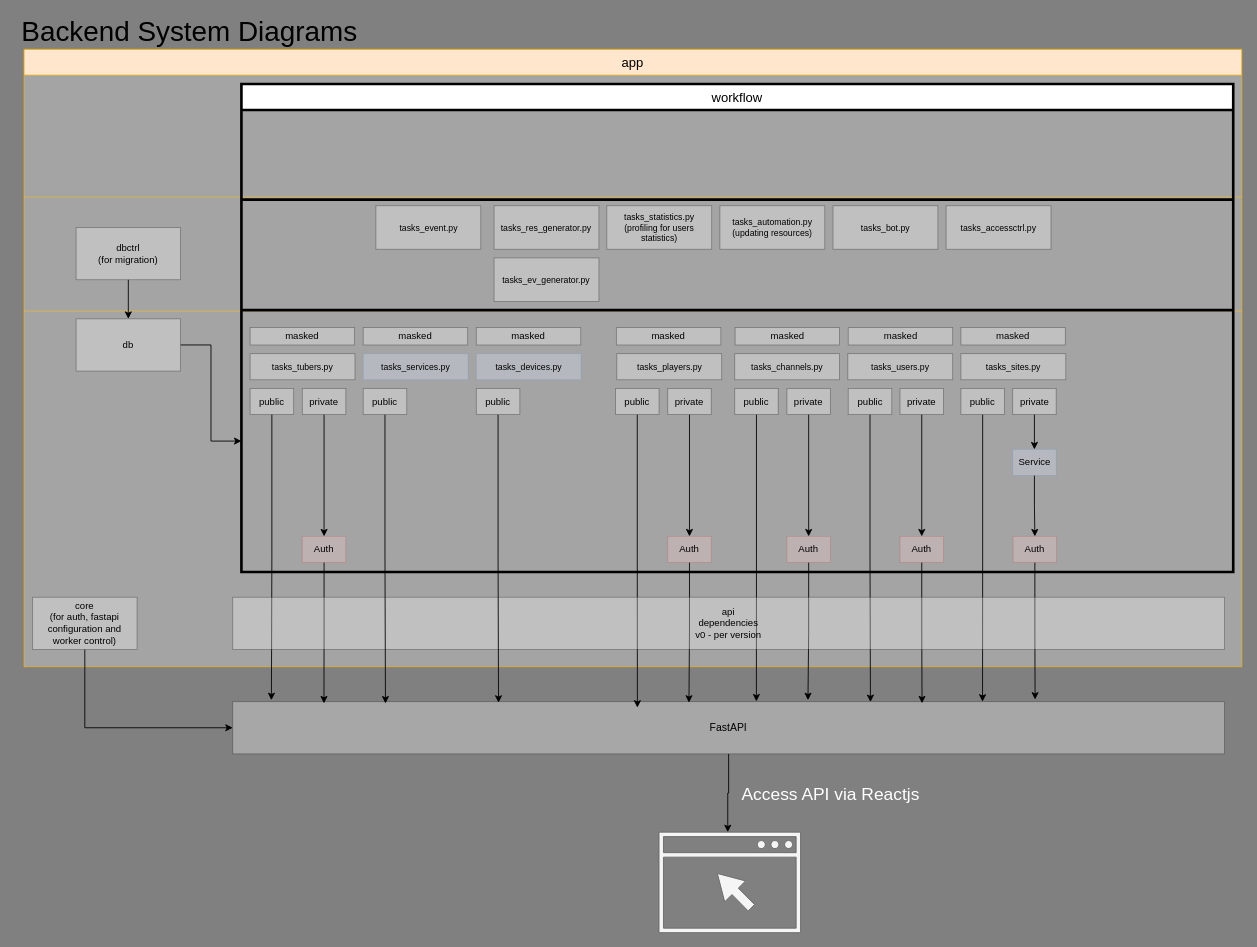
The draw.io diagram architecture/API_DB_WORKFLOW.drawio in tt-toe/tumas-info, before the edit. Source tidied: cells renumbered, new cells numbered last; positions are measured from the earlier drawing's top-left corner, leaving out a move shared by most shapes. Both pictures are drawn from the tidied source at 87%, with x=0, y=0 at pixel (15, 23).
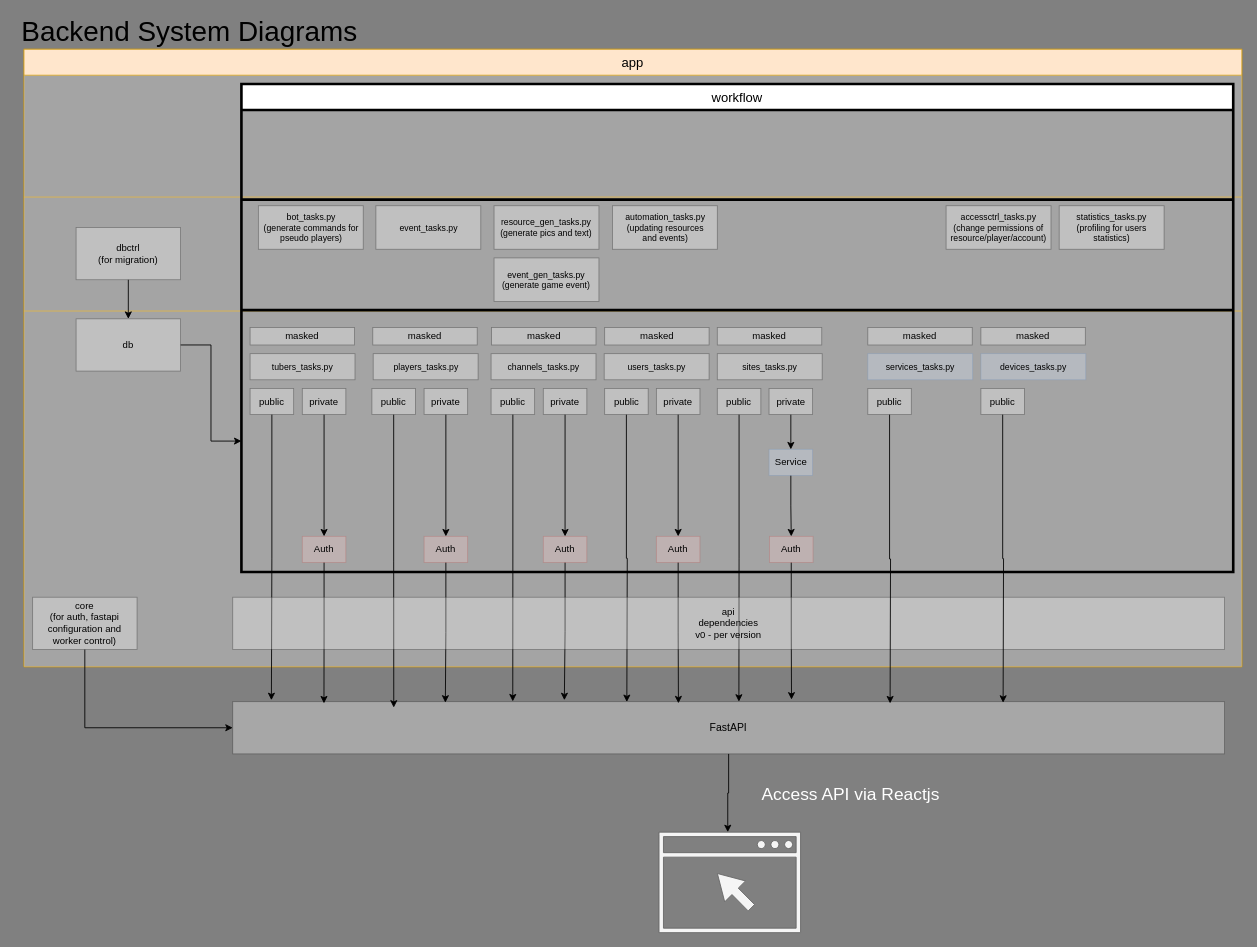
The same page after the edit.

Commit message:
API_DB_WORKFLOW.drawio を更新します

Unchanged cells that the change refers to:
```xml
<mxCell id="17" value="FastAPI" style="whiteSpace=wrap;html=1;opacity=30;" parent="1" vertex="1">
  <mxGeometry x="250" y="780" width="1140" height="60" as="geometry" />
</mxCell>
```

Diff of the diagram source:
```diff
@@
-    <mxCell id="21" value="tasks_tubers.py" style="whiteSpace=wrap;html=1;opacity=30;fontSize=10;" parent="1" vertex="1">
+    <mxCell id="21" value="tubers_tasks.py" style="whiteSpace=wrap;html=1;opacity=30;fontSize=10;" parent="1" vertex="1">
       <mxGeometry x="270" y="380" width="120.5" height="30" as="geometry" />
     </mxCell>
-    <mxCell id="22" value="tasks_players.py" style="whiteSpace=wrap;html=1;opacity=30;fontSize=10;" parent="1" vertex="1">
-      <mxGeometry x="691.5" y="380" width="120.5" height="30" as="geometry" />
+    <mxCell id="22" value="players_tasks.py" style="whiteSpace=wrap;html=1;opacity=30;fontSize=10;" parent="1" vertex="1">
+      <mxGeometry x="411.5" y="380" width="120.5" height="30" as="geometry" />
     </mxCell>
-    <mxCell id="23" value="tasks_users.py" style="whiteSpace=wrap;html=1;opacity=30;fontSize=10;" parent="1" vertex="1">
-      <mxGeometry x="957" y="380" width="120.5" height="30" as="geometry" />
+    <mxCell id="23" value="users_tasks.py" style="whiteSpace=wrap;html=1;opacity=30;fontSize=10;" parent="1" vertex="1">
+      <mxGeometry x="677" y="380" width="120.5" height="30" as="geometry" />
     </mxCell>
-    <mxCell id="24" value="&lt;div style=&quot;font-size: 10px;&quot;&gt;tasks_channels.py&lt;/div&gt;" style="whiteSpace=wrap;html=1;opacity=30;fontSize=10;" parent="1" vertex="1">
-      <mxGeometry x="827" y="380" width="120.5" height="30" as="geometry" />
+    <mxCell id="24" value="&lt;div style=&quot;font-size: 10px&quot;&gt;channels_tasks.py&lt;/div&gt;" style="whiteSpace=wrap;html=1;opacity=30;fontSize=10;" parent="1" vertex="1">
+      <mxGeometry x="547" y="380" width="120.5" height="30" as="geometry" />
     </mxCell>
@@
     <mxCell id="28" value="private" style="whiteSpace=wrap;html=1;fontSize=11;opacity=30;" parent="1" vertex="1">
-      <mxGeometry x="750" y="420" width="50" height="30" as="geometry" />
+      <mxGeometry x="470" y="420" width="50" height="30" as="geometry" />
     </mxCell>
-    <mxCell id="29" style="edgeStyle=orthogonalEdgeStyle;rounded=0;jettySize=auto;html=1;exitX=0.5;exitY=1;exitDx=0;exitDy=0;entryX=0.408;entryY=0.114;entryDx=0;entryDy=0;entryPerimeter=0;fontSize=11;" parent="1" edge="1" source="30" target="17">
-      <mxGeometry relative="1" as="geometry" />
+    <mxCell id="29" style="edgeStyle=orthogonalEdgeStyle;rounded=0;jettySize=auto;html=1;exitX=0.5;exitY=1;exitDx=0;exitDy=0;entryX=0.408;entryY=0.114;entryDx=0;entryDy=0;entryPerimeter=0;fontSize=11;" parent="1" edge="1" source="30">
+      <mxGeometry relative="1" as="geometry">
+        <mxPoint x="435.1" y="786.8" as="targetPoint" />
+      </mxGeometry>
     </mxCell>
     <mxCell id="30" value="public" style="whiteSpace=wrap;html=1;fontSize=11;opacity=30;" parent="1" vertex="1">
-      <mxGeometry x="690" y="420" width="50" height="30" as="geometry" />
+      <mxGeometry x="410" y="420" width="50" height="30" as="geometry" />
     </mxCell>
@@
     <mxCell id="32" value="masked" style="whiteSpace=wrap;html=1;fontSize=11;opacity=30;" parent="1" vertex="1">
-      <mxGeometry x="691" y="350" width="120" height="20" as="geometry" />
+      <mxGeometry x="411" y="350" width="120" height="20" as="geometry" />
     </mxCell>
     <mxCell id="33" value="masked" style="whiteSpace=wrap;html=1;fontSize=11;opacity=30;" parent="1" vertex="1">
-      <mxGeometry x="957.5" y="350" width="120" height="20" as="geometry" />
+      <mxGeometry x="677.5" y="350" width="120" height="20" as="geometry" />
     </mxCell>
     <mxCell id="34" value="masked" style="whiteSpace=wrap;html=1;fontSize=11;opacity=30;" parent="1" vertex="1">
-      <mxGeometry x="827.5" y="350" width="120" height="20" as="geometry" />
+      <mxGeometry x="547.5" y="350" width="120" height="20" as="geometry" />
     </mxCell>
@@
     <mxCell id="36" value="private" style="whiteSpace=wrap;html=1;fontSize=11;opacity=30;" parent="1" vertex="1">
-      <mxGeometry x="1017" y="420" width="50" height="30" as="geometry" />
+      <mxGeometry x="737" y="420" width="50" height="30" as="geometry" />
     </mxCell>
-    <mxCell id="37" style="edgeStyle=orthogonalEdgeStyle;rounded=0;jettySize=auto;html=1;exitX=0.5;exitY=1;exitDx=0;exitDy=0;fontSize=11;entryX=0.643;entryY=0.007;entryDx=0;entryDy=0;entryPerimeter=0;" parent="1" edge="1" source="38" target="17">
-      <mxGeometry relative="1" as="geometry" />
+    <mxCell id="37" style="edgeStyle=orthogonalEdgeStyle;rounded=0;jettySize=auto;html=1;exitX=0.5;exitY=1;exitDx=0;exitDy=0;fontSize=11;entryX=0.643;entryY=0.007;entryDx=0;entryDy=0;entryPerimeter=0;" parent="1" edge="1" source="38">
+      <mxGeometry relative="1" as="geometry">
+        <mxPoint x="703" y="780.4" as="targetPoint" />
+      </mxGeometry>
     </mxCell>
     <mxCell id="38" value="public" style="whiteSpace=wrap;html=1;fontSize=11;opacity=30;" parent="1" vertex="1">
-      <mxGeometry x="957.5" y="420" width="50" height="30" as="geometry" />
+      <mxGeometry x="677.5" y="420" width="50" height="30" as="geometry" />
     </mxCell>
@@
     <mxCell id="40" value="private" style="whiteSpace=wrap;html=1;fontSize=11;opacity=30;" parent="1" vertex="1">
-      <mxGeometry x="887" y="420" width="50" height="30" as="geometry" />
+      <mxGeometry x="607" y="420" width="50" height="30" as="geometry" />
     </mxCell>
-    <mxCell id="41" style="edgeStyle=orthogonalEdgeStyle;rounded=0;jettySize=auto;html=1;exitX=0.5;exitY=1;exitDx=0;exitDy=0;fontSize=11;entryX=0.528;entryY=-0.005;entryDx=0;entryDy=0;entryPerimeter=0;" parent="1" edge="1" source="42" target="17">
-      <mxGeometry relative="1" as="geometry" />
+    <mxCell id="41" style="edgeStyle=orthogonalEdgeStyle;rounded=0;jettySize=auto;html=1;exitX=0.5;exitY=1;exitDx=0;exitDy=0;fontSize=11;entryX=0.528;entryY=-0.005;entryDx=0;entryDy=0;entryPerimeter=0;" parent="1" edge="1" source="42">
+      <mxGeometry relative="1" as="geometry">
+        <mxPoint x="571.9" y="779.7" as="targetPoint" />
+      </mxGeometry>
     </mxCell>
     <mxCell id="42" value="public" style="whiteSpace=wrap;html=1;fontSize=11;opacity=30;" parent="1" vertex="1">
-      <mxGeometry x="827" y="420" width="50" height="30" as="geometry" />
+      <mxGeometry x="547" y="420" width="50" height="30" as="geometry" />
     </mxCell>
@@
-    <mxCell id="45" style="edgeStyle=orthogonalEdgeStyle;rounded=0;jettySize=auto;html=1;exitX=0.5;exitY=1;exitDx=0;exitDy=0;fontSize=11;entryX=0.46;entryY=0.019;entryDx=0;entryDy=0;entryPerimeter=0;" parent="1" edge="1" source="46" target="17">
-      <mxGeometry relative="1" as="geometry" />
+    <mxCell id="45" style="edgeStyle=orthogonalEdgeStyle;rounded=0;jettySize=auto;html=1;exitX=0.5;exitY=1;exitDx=0;exitDy=0;fontSize=11;entryX=0.46;entryY=0.019;entryDx=0;entryDy=0;entryPerimeter=0;" parent="1" edge="1" source="46">
+      <mxGeometry relative="1" as="geometry">
+        <mxPoint x="494.4" y="781.1" as="targetPoint" />
+      </mxGeometry>
     </mxCell>
     <mxCell id="46" value="Auth" style="whiteSpace=wrap;html=1;fontSize=11;opacity=30;fillColor=#f8cecc;strokeColor=#b85450;" parent="1" vertex="1">
-      <mxGeometry x="750" y="590" width="50" height="30" as="geometry" />
+      <mxGeometry x="470" y="590" width="50" height="30" as="geometry" />
     </mxCell>
-    <mxCell id="47" style="edgeStyle=orthogonalEdgeStyle;rounded=0;jettySize=auto;html=1;exitX=0.5;exitY=1;exitDx=0;exitDy=0;fontSize=11;entryX=0.58;entryY=-0.029;entryDx=0;entryDy=0;entryPerimeter=0;" parent="1" edge="1" source="48" target="17">
-      <mxGeometry relative="1" as="geometry" />
+    <mxCell id="47" style="edgeStyle=orthogonalEdgeStyle;rounded=0;jettySize=auto;html=1;exitX=0.5;exitY=1;exitDx=0;exitDy=0;fontSize=11;entryX=0.58;entryY=-0.029;entryDx=0;entryDy=0;entryPerimeter=0;" parent="1" edge="1" source="48">
+      <mxGeometry relative="1" as="geometry">
+        <mxPoint x="631.2" y="778.3" as="targetPoint" />
+      </mxGeometry>
     </mxCell>
     <mxCell id="48" value="Auth" style="whiteSpace=wrap;html=1;fontSize=11;opacity=30;fillColor=#f8cecc;strokeColor=#b85450;" parent="1" vertex="1">
-      <mxGeometry x="887" y="590" width="50" height="30" as="geometry" />
+      <mxGeometry x="607" y="590" width="50" height="30" as="geometry" />
     </mxCell>
-    <mxCell id="49" style="edgeStyle=orthogonalEdgeStyle;rounded=0;jettySize=auto;html=1;exitX=0.5;exitY=1;exitDx=0;exitDy=0;fontSize=11;entryX=0.695;entryY=0.031;entryDx=0;entryDy=0;entryPerimeter=0;" parent="1" edge="1" source="50" target="17">
-      <mxGeometry relative="1" as="geometry" />
+    <mxCell id="49" style="edgeStyle=orthogonalEdgeStyle;rounded=0;jettySize=auto;html=1;exitX=0.5;exitY=1;exitDx=0;exitDy=0;fontSize=11;entryX=0.695;entryY=0.031;entryDx=0;entryDy=0;entryPerimeter=0;" parent="1" edge="1" source="50">
+      <mxGeometry relative="1" as="geometry">
+        <mxPoint x="762.3" y="781.9" as="targetPoint" />
+      </mxGeometry>
     </mxCell>
     <mxCell id="50" value="Auth" style="whiteSpace=wrap;html=1;fontSize=11;opacity=30;fillColor=#f8cecc;strokeColor=#b85450;" parent="1" vertex="1">
-      <mxGeometry x="1017" y="590" width="50" height="30" as="geometry" />
+      <mxGeometry x="737" y="590" width="50" height="30" as="geometry" />
     </mxCell>
-    <mxCell id="51" value="tasks_sites.py" style="whiteSpace=wrap;html=1;opacity=30;fontSize=10;" parent="1" vertex="1">
-      <mxGeometry x="1087" y="380" width="120.5" height="30" as="geometry" />
+    <mxCell id="51" value="sites_tasks.py" style="whiteSpace=wrap;html=1;opacity=30;fontSize=10;" parent="1" vertex="1">
+      <mxGeometry x="807" y="380" width="120.5" height="30" as="geometry" />
     </mxCell>
     <mxCell id="52" value="masked" style="whiteSpace=wrap;html=1;fontSize=11;opacity=30;" parent="1" vertex="1">
-      <mxGeometry x="1087" y="350" width="120" height="20" as="geometry" />
+      <mxGeometry x="807" y="350" width="120" height="20" as="geometry" />
     </mxCell>
-    <mxCell id="53" style="edgeStyle=orthogonalEdgeStyle;rounded=0;jettySize=auto;html=1;exitX=0.5;exitY=1;exitDx=0;exitDy=0;entryX=0.756;entryY=0;entryDx=0;entryDy=0;entryPerimeter=0;fontSize=11;" parent="1" edge="1" source="54" target="17">
-      <mxGeometry relative="1" as="geometry" />
+    <mxCell id="53" style="edgeStyle=orthogonalEdgeStyle;rounded=0;jettySize=auto;html=1;exitX=0.5;exitY=1;exitDx=0;exitDy=0;entryX=0.756;entryY=0;entryDx=0;entryDy=0;entryPerimeter=0;fontSize=11;" parent="1" edge="1" source="54">
+      <mxGeometry relative="1" as="geometry">
+        <mxPoint x="831.8" y="780" as="targetPoint" />
+      </mxGeometry>
     </mxCell>
     <mxCell id="54" value="public" style="whiteSpace=wrap;html=1;fontSize=11;opacity=30;" parent="1" vertex="1">
-      <mxGeometry x="1087" y="420" width="50" height="30" as="geometry" />
+      <mxGeometry x="807" y="420" width="50" height="30" as="geometry" />
     </mxCell>
-    <mxCell id="55" style="edgeStyle=orthogonalEdgeStyle;rounded=0;jettySize=auto;html=1;exitX=0.5;exitY=1;exitDx=0;exitDy=0;fontSize=11;entryX=0.809;entryY=-0.04;entryDx=0;entryDy=0;entryPerimeter=0;" parent="1" edge="1" source="65" target="17">
-      <mxGeometry relative="1" as="geometry" />
+    <mxCell id="55" style="edgeStyle=orthogonalEdgeStyle;rounded=0;jettySize=auto;html=1;exitX=0.5;exitY=1;exitDx=0;exitDy=0;fontSize=11;entryX=0.809;entryY=-0.04;entryDx=0;entryDy=0;entryPerimeter=0;" parent="1" edge="1" source="65">
+      <mxGeometry relative="1" as="geometry">
+        <mxPoint x="892.3" y="777.6" as="targetPoint" />
+      </mxGeometry>
     </mxCell>
@@
     <mxCell id="57" value="private" style="whiteSpace=wrap;html=1;fontSize=11;opacity=30;" parent="1" vertex="1">
-      <mxGeometry x="1146.5" y="420" width="50" height="30" as="geometry" />
+      <mxGeometry x="866.5" y="420" width="50" height="30" as="geometry" />
     </mxCell>
@@
     <mxCell id="65" value="Auth" style="whiteSpace=wrap;html=1;fontSize=11;opacity=30;fillColor=#f8cecc;strokeColor=#b85450;" parent="1" vertex="1">
-      <mxGeometry x="1147" y="590" width="50" height="30" as="geometry" />
+      <mxGeometry x="867" y="590" width="50" height="30" as="geometry" />
     </mxCell>
@@
     <mxCell id="67" value="Service" style="whiteSpace=wrap;html=1;fontSize=11;opacity=30;fillColor=#dae8fc;strokeColor=#6c8ebf;" parent="1" vertex="1">
-      <mxGeometry x="1146.5" y="490" width="50" height="30" as="geometry" />
+      <mxGeometry x="866.5" y="490" width="50" height="30" as="geometry" />
     </mxCell>
     <mxCell id="68" value="masked" style="whiteSpace=wrap;html=1;fontSize=11;opacity=30;" parent="1" vertex="1">
-      <mxGeometry x="400" y="350" width="120" height="20" as="geometry" />
+      <mxGeometry x="980" y="350" width="120" height="20" as="geometry" />
     </mxCell>
-    <mxCell id="69" value="tasks_services.py" style="whiteSpace=wrap;html=1;opacity=30;fontSize=10;fillColor=#dae8fc;strokeColor=#6c8ebf;" parent="1" vertex="1">
-      <mxGeometry x="400" y="380" width="120.5" height="30" as="geometry" />
+    <mxCell id="69" value="services_tasks.py" style="whiteSpace=wrap;html=1;opacity=30;fontSize=10;fillColor=#dae8fc;strokeColor=#6c8ebf;" parent="1" vertex="1">
+      <mxGeometry x="980" y="380" width="120.5" height="30" as="geometry" />
     </mxCell>
-    <mxCell id="70" style="edgeStyle=orthogonalEdgeStyle;rounded=0;jettySize=auto;html=1;exitX=0.5;exitY=1;exitDx=0;exitDy=0;entryX=0.154;entryY=0.034;entryDx=0;entryDy=0;entryPerimeter=0;fontSize=11;" parent="1" edge="1" source="71" target="17">
-      <mxGeometry relative="1" as="geometry" />
+    <mxCell id="70" style="edgeStyle=orthogonalEdgeStyle;rounded=0;jettySize=auto;html=1;exitX=0.5;exitY=1;exitDx=0;exitDy=0;entryX=0.154;entryY=0.034;entryDx=0;entryDy=0;entryPerimeter=0;fontSize=11;" parent="1" edge="1" source="71">
+      <mxGeometry relative="1" as="geometry">
+        <mxPoint x="1005.6" y="782" as="targetPoint" />
+      </mxGeometry>
     </mxCell>
     <mxCell id="71" value="public" style="whiteSpace=wrap;html=1;fontSize=11;opacity=30;" parent="1" vertex="1">
-      <mxGeometry x="400" y="420" width="50" height="30" as="geometry" />
+      <mxGeometry x="980" y="420" width="50" height="30" as="geometry" />
     </mxCell>
     <mxCell id="72" value="masked" style="whiteSpace=wrap;html=1;fontSize=11;opacity=30;" parent="1" vertex="1">
-      <mxGeometry x="530" y="350" width="120" height="20" as="geometry" />
+      <mxGeometry x="1110" y="350" width="120" height="20" as="geometry" />
     </mxCell>
-    <mxCell id="73" value="tasks_devices.py" style="whiteSpace=wrap;html=1;opacity=30;fontSize=10;fillColor=#dae8fc;strokeColor=#6c8ebf;" parent="1" vertex="1">
-      <mxGeometry x="530" y="380" width="120.5" height="30" as="geometry" />
+    <mxCell id="73" value="devices_tasks.py" style="whiteSpace=wrap;html=1;opacity=30;fontSize=10;fillColor=#dae8fc;strokeColor=#6c8ebf;" parent="1" vertex="1">
+      <mxGeometry x="1110" y="380" width="120.5" height="30" as="geometry" />
     </mxCell>
-    <mxCell id="74" style="edgeStyle=orthogonalEdgeStyle;rounded=0;jettySize=auto;html=1;exitX=0.5;exitY=1;exitDx=0;exitDy=0;fontSize=11;entryX=0.268;entryY=0.02;entryDx=0;entryDy=0;entryPerimeter=0;" parent="1" edge="1" source="75" target="17">
-      <mxGeometry relative="1" as="geometry" />
+    <mxCell id="74" style="edgeStyle=orthogonalEdgeStyle;rounded=0;jettySize=auto;html=1;exitX=0.5;exitY=1;exitDx=0;exitDy=0;fontSize=11;entryX=0.268;entryY=0.02;entryDx=0;entryDy=0;entryPerimeter=0;" parent="1" edge="1" source="75">
+      <mxGeometry relative="1" as="geometry">
+        <mxPoint x="1135.5" y="781.2" as="targetPoint" />
+      </mxGeometry>
     </mxCell>
     <mxCell id="75" value="public" style="whiteSpace=wrap;html=1;fontSize=11;opacity=30;" parent="1" vertex="1">
-      <mxGeometry x="530" y="420" width="50" height="30" as="geometry" />
+      <mxGeometry x="1110" y="420" width="50" height="30" as="geometry" />
     </mxCell>
-    <mxCell id="76" value="tasks_event.py" style="whiteSpace=wrap;html=1;opacity=30;fontSize=10;" parent="1" vertex="1">
+    <mxCell id="76" value="event_tasks.py" style="whiteSpace=wrap;html=1;opacity=30;fontSize=10;" parent="1" vertex="1">
       <mxGeometry x="414.6" y="210" width="120.5" height="50" as="geometry" />
     </mxCell>
-    <mxCell id="77" value="&lt;div style=&quot;font-size: 10px&quot;&gt;tasks_res_generator.py&lt;/div&gt;" style="whiteSpace=wrap;html=1;opacity=30;fontSize=10;" parent="1" vertex="1">
+    <mxCell id="77" value="&lt;div style=&quot;font-size: 10px&quot;&gt;resource_gen_tasks.py&lt;/div&gt;&lt;div style=&quot;font-size: 10px&quot;&gt;(generate pics and text)&lt;br&gt;&lt;/div&gt;" style="whiteSpace=wrap;html=1;opacity=30;fontSize=10;" parent="1" vertex="1">
       <mxGeometry x="550.4" y="210" width="120.5" height="50" as="geometry" />
     </mxCell>
-    <mxCell id="78" value="&lt;div style=&quot;font-size: 10px&quot;&gt;tasks_statistics.py&lt;/div&gt;&lt;div style=&quot;font-size: 10px&quot;&gt;(profiling for users statistics)&lt;br&gt;&lt;/div&gt;" style="whiteSpace=wrap;html=1;opacity=30;fontSize=10;" parent="1" vertex="1">
-      <mxGeometry x="680" y="210" width="120.5" height="50" as="geometry" />
+    <mxCell id="78" value="&lt;div style=&quot;font-size: 10px&quot;&gt;statistics_tasks.py&lt;/div&gt;&lt;div style=&quot;font-size: 10px&quot;&gt;(profiling for users statistics)&lt;br&gt;&lt;/div&gt;" style="whiteSpace=wrap;html=1;opacity=30;fontSize=10;" parent="1" vertex="1">
+      <mxGeometry x="1200" y="210" width="120.5" height="50" as="geometry" />
     </mxCell>
-    <mxCell id="79" value="&lt;div style=&quot;font-size: 10px&quot;&gt;tasks_automation.py&lt;/div&gt;&lt;div style=&quot;font-size: 10px&quot;&gt;(updating resources)&lt;br&gt;&lt;/div&gt;" style="whiteSpace=wrap;html=1;opacity=30;fontSize=10;" parent="1" vertex="1">
-      <mxGeometry x="810" y="210" width="120.5" height="50" as="geometry" />
+    <mxCell id="79" value="&lt;div style=&quot;font-size: 10px&quot;&gt;automation_tasks.py&lt;/div&gt;&lt;div style=&quot;font-size: 10px&quot;&gt;(updating resources&lt;br&gt;and events)&lt;br&gt;&lt;/div&gt;" style="whiteSpace=wrap;html=1;opacity=30;fontSize=10;" parent="1" vertex="1">
+      <mxGeometry x="686.5" y="210" width="120.5" height="50" as="geometry" />
     </mxCell>
-    <mxCell id="80" value="&lt;div style=&quot;font-size: 10px&quot;&gt;tasks_bot.py&lt;/div&gt;" style="whiteSpace=wrap;html=1;opacity=30;fontSize=10;" parent="1" vertex="1">
-      <mxGeometry x="940" y="210" width="120.5" height="50" as="geometry" />
+    <mxCell id="80" value="&lt;div style=&quot;font-size: 10px&quot;&gt;bot_tasks.py&lt;/div&gt;&lt;div style=&quot;font-size: 10px&quot;&gt;(generate commands for&lt;br&gt;pseudo players)&lt;br&gt;&lt;/div&gt;" style="whiteSpace=wrap;html=1;opacity=30;fontSize=10;" parent="1" vertex="1">
+      <mxGeometry x="279.5" y="210" width="120.5" height="50" as="geometry" />
     </mxCell>
-    <mxCell id="81" value="&lt;div style=&quot;font-size: 10px&quot;&gt;tasks_accessctrl.py&lt;/div&gt;" style="whiteSpace=wrap;html=1;opacity=30;fontSize=10;" parent="1" vertex="1">
+    <mxCell id="81" value="&lt;div style=&quot;font-size: 10px&quot;&gt;accessctrl_tasks.py&lt;/div&gt;&lt;div style=&quot;font-size: 10px&quot;&gt;(change permissions of&lt;br&gt;resource/player/account)&lt;br&gt;&lt;/div&gt;" style="whiteSpace=wrap;html=1;opacity=30;fontSize=10;" parent="1" vertex="1">
       <mxGeometry x="1070" y="210" width="120.5" height="50" as="geometry" />
     </mxCell>
-    <mxCell id="82" value="&lt;div style=&quot;font-size: 10px&quot;&gt;tasks_ev_generator.py&lt;/div&gt;" style="whiteSpace=wrap;html=1;opacity=30;fontSize=10;" parent="1" vertex="1">
+    <mxCell id="82" value="&lt;div style=&quot;font-size: 10px&quot;&gt;event_gen_tasks.py&lt;/div&gt;&lt;div style=&quot;font-size: 10px&quot;&gt;(generate game event)&lt;br&gt;&lt;/div&gt;" style="whiteSpace=wrap;html=1;opacity=30;fontSize=10;" parent="1" vertex="1">
       <mxGeometry x="550.4" y="270" width="120.5" height="50" as="geometry" />
     </mxCell>
@@
     <mxCell id="84" value="Access API via Reactjs" style="text;html=1;align=center;verticalAlign=middle;strokeColor=none;fillColor=none;fontSize=20;fontColor=#FFFFFF;" parent="1" vertex="1">
-      <mxGeometry x="827" y="870" width="220" height="30" as="geometry" />
+      <mxGeometry x="850" y="870" width="220" height="30" as="geometry" />
     </mxCell>
```
